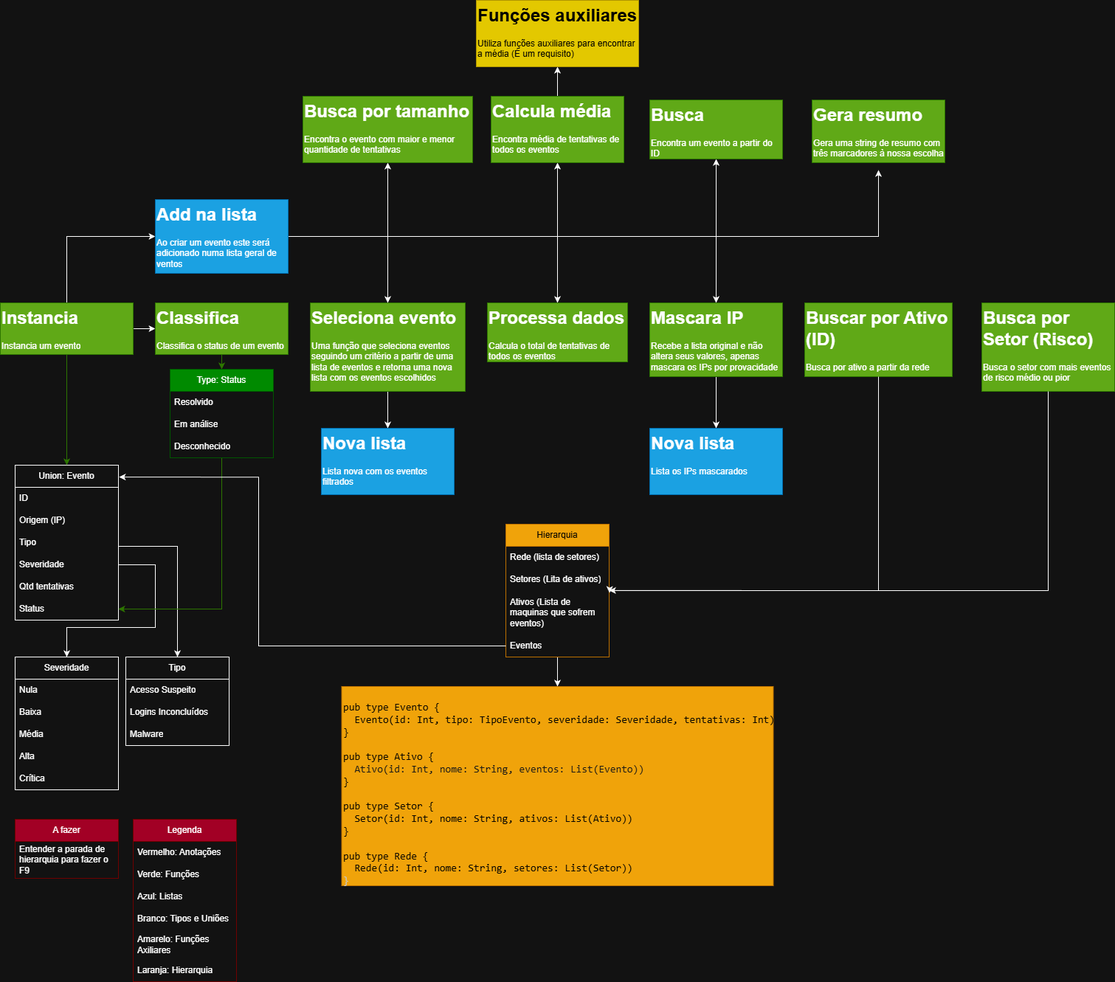
Above: diagrama_trab1.drawio.png in alazodmisk/trab_PF_1 (draw.io), before the change. Source tidied: cells renumbered, new cells last; positions are measured from the earlier drawing's top-left corner, leaving out a move shared by most shapes.
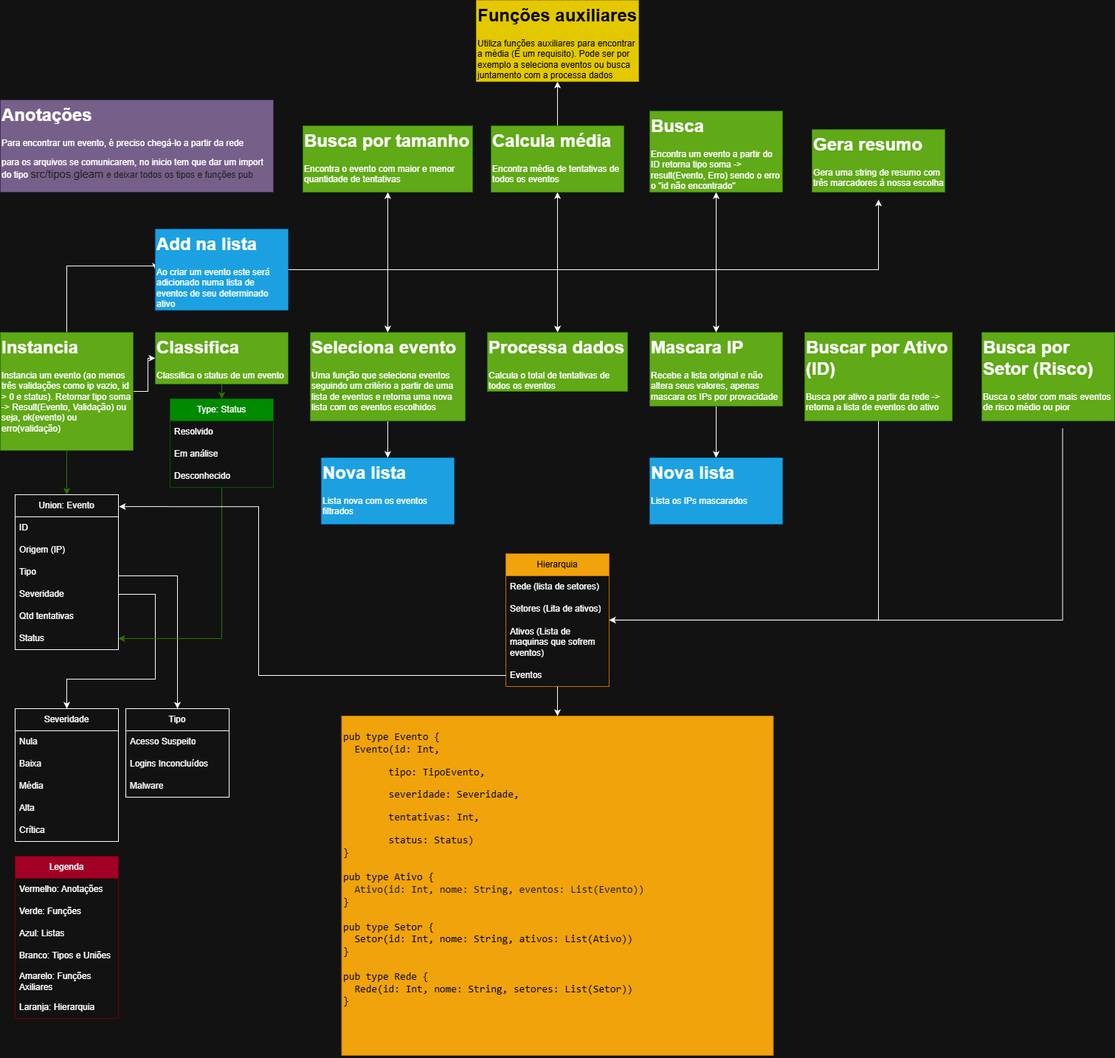
After the change.

Change to the diagram source:
```diff
@@ -24,7 +24,7 @@
       <mxGeometry y="180" width="140" height="30" as="geometry" />
     </mxCell>
     <mxCell id="9" value="Tipo" style="swimlane;fontStyle=0;horizontal=1;startSize=30;whiteSpace=wrap;html=1;" parent="1" vertex="1">
-      <mxGeometry x="170" y="890" width="140" height="120" as="geometry" />
+      <mxGeometry x="170" y="920" width="140" height="120" as="geometry" />
     </mxCell>
     <mxCell id="10" value="Acesso Suspeito" style="text;strokeColor=none;fillColor=none;align=left;verticalAlign=middle;spacingLeft=4;spacingRight=4;overflow=hidden;whiteSpace=wrap;html=1;" parent="9" vertex="1">
       <mxGeometry y="30" width="140" height="30" as="geometry" />
@@ -43,7 +43,7 @@
       </mxGeometry>
     </mxCell>
     <mxCell id="14" value="Severidade" style="swimlane;fontStyle=0;horizontal=1;startSize=30;whiteSpace=wrap;html=1;" parent="1" vertex="1">
-      <mxGeometry x="20" y="890" width="140" height="180" as="geometry" />
+      <mxGeometry x="20" y="920" width="140" height="180" as="geometry" />
     </mxCell>
     <mxCell id="15" value="Nula" style="text;strokeColor=none;fillColor=none;align=left;verticalAlign=middle;spacingLeft=4;spacingRight=4;overflow=hidden;whiteSpace=wrap;html=1;" parent="14" vertex="1">
       <mxGeometry y="30" width="140" height="30" as="geometry" />
@@ -64,8 +64,8 @@
       <mxGeometry relative="1" as="geometry">
         <Array as="points">
           <mxPoint x="210" y="765" />
-          <mxPoint x="210" y="850" />
-          <mxPoint x="90" y="850" />
+          <mxPoint x="210" y="880" />
+          <mxPoint x="90" y="880" />
         </Array>
       </mxGeometry>
     </mxCell>
@@ -82,8 +82,8 @@
     <mxCell id="23" style="edgeStyle=orthogonalEdgeStyle;rounded=0;jettySize=auto;html=1;entryX=0;entryY=0.5;entryDx=0;entryDy=0;" parent="1" edge="1" source="24" target="26">
       <mxGeometry relative="1" as="geometry" />
     </mxCell>
-    <mxCell id="24" value="&lt;h1 style=&quot;margin-top: 0px;&quot;&gt;Instancia&lt;/h1&gt;&lt;p&gt;Instancia um evento&lt;/p&gt;" style="text;html=1;whiteSpace=wrap;overflow=hidden;rounded=0;fillColor=#60a917;fontColor=#ffffff;strokeColor=#2D7600;" parent="1" vertex="1">
-      <mxGeometry y="410" width="180" height="70" as="geometry" />
+    <mxCell id="24" value="&lt;h1 style=&quot;margin-top: 0px;&quot;&gt;Instancia&lt;/h1&gt;&lt;p&gt;Instancia um evento (ao menos três validações como ip vazio, id &amp;gt; 0 e status). Retornar tipo soma -&amp;gt; Result(Evento, Validação) ou seja, ok(evento) ou erro(validação)&lt;/p&gt;" style="text;html=1;whiteSpace=wrap;overflow=hidden;rounded=0;fillColor=#60a917;fontColor=#ffffff;strokeColor=#2D7600;" parent="1" vertex="1">
+      <mxGeometry y="410" width="180" height="160" as="geometry" />
     </mxCell>
     <mxCell id="25" style="edgeStyle=orthogonalEdgeStyle;rounded=0;jettySize=auto;html=1;exitX=0.5;exitY=1;exitDx=0;exitDy=0;entryX=0.5;entryY=0;entryDx=0;entryDy=0;fillColor=#60a917;strokeColor=#2D7600;" parent="1" edge="1" source="26" target="28">
       <mxGeometry relative="1" as="geometry" />
@@ -106,12 +106,6 @@
     <mxCell id="31" value="Desconhecido" style="text;strokeColor=none;fillColor=none;align=left;verticalAlign=middle;spacingLeft=4;spacingRight=4;overflow=hidden;whiteSpace=wrap;html=1;" parent="28" vertex="1">
       <mxGeometry y="90" width="140" height="30" as="geometry" />
     </mxCell>
-    <mxCell id="32" value="A fazer" style="swimlane;fontStyle=0;horizontal=1;startSize=30;whiteSpace=wrap;html=1;fillColor=#a20025;fontColor=#ffffff;strokeColor=#6F0000;" parent="1" vertex="1">
-      <mxGeometry x="20" y="1110" width="140" height="80" as="geometry" />
-    </mxCell>
-    <mxCell id="33" value="Entender a parada de hierarquia para fazer o F9" style="text;strokeColor=none;fillColor=none;align=left;verticalAlign=middle;spacingLeft=4;spacingRight=4;overflow=hidden;whiteSpace=wrap;html=1;" parent="32" vertex="1">
-      <mxGeometry y="30" width="140" height="50" as="geometry" />
-    </mxCell>
     <mxCell id="34" style="edgeStyle=orthogonalEdgeStyle;rounded=0;jettySize=auto;html=1;entryX=0.5;entryY=0;entryDx=0;entryDy=0;" parent="1" edge="1" source="35" target="44">
       <mxGeometry relative="1" as="geometry" />
     </mxCell>
@@ -141,14 +135,14 @@
         <mxPoint x="1190" y="230" as="targetPoint" />
       </mxGeometry>
     </mxCell>
-    <mxCell id="43" value="&lt;h1 style=&quot;margin-top: 0px;&quot;&gt;Add na lista&lt;/h1&gt;&lt;p&gt;Ao criar um evento este será adicionado numa lista geral de ventos&lt;/p&gt;" style="text;html=1;whiteSpace=wrap;overflow=hidden;rounded=0;fillColor=#1ba1e2;fontColor=#ffffff;strokeColor=#006EAF;" parent="1" vertex="1">
-      <mxGeometry x="210" y="270" width="180" height="100" as="geometry" />
+    <mxCell id="43" value="&lt;h1 style=&quot;margin-top: 0px;&quot;&gt;Add na lista&lt;/h1&gt;&lt;p&gt;Ao criar um evento este será adicionado numa lista de eventos de seu determinado ativo&lt;/p&gt;" style="text;html=1;whiteSpace=wrap;overflow=hidden;rounded=0;fillColor=#1ba1e2;fontColor=#ffffff;strokeColor=#006EAF;" parent="1" vertex="1">
+      <mxGeometry x="210" y="270" width="180" height="110" as="geometry" />
     </mxCell>
     <mxCell id="44" value="&lt;h1 style=&quot;margin-top: 0px;&quot;&gt;Nova lista&lt;/h1&gt;&lt;p&gt;Lista nova com os eventos filtrados&lt;/p&gt;" style="text;html=1;whiteSpace=wrap;overflow=hidden;rounded=0;fillColor=#1ba1e2;fontColor=#ffffff;strokeColor=#006EAF;" parent="1" vertex="1">
       <mxGeometry x="435" y="580" width="180" height="90" as="geometry" />
     </mxCell>
     <mxCell id="45" value="Legenda" style="swimlane;fontStyle=0;horizontal=1;startSize=30;whiteSpace=wrap;html=1;fillColor=#a20025;fontColor=#ffffff;strokeColor=#6F0000;" parent="1" vertex="1">
-      <mxGeometry x="180" y="1110" width="140" height="220" as="geometry" />
+      <mxGeometry x="20" y="1120" width="140" height="220" as="geometry" />
     </mxCell>
     <mxCell id="46" value="Vermelho: Anotações" style="text;strokeColor=none;fillColor=none;align=left;verticalAlign=middle;spacingLeft=4;spacingRight=4;overflow=hidden;whiteSpace=wrap;html=1;" parent="45" vertex="1">
       <mxGeometry y="30" width="140" height="30" as="geometry" />
@@ -180,8 +174,8 @@
     <mxCell id="55" value="&lt;h1 style=&quot;margin-top: 0px;&quot;&gt;Nova lista&lt;/h1&gt;&lt;p&gt;Lista os IPs mascarados&lt;/p&gt;" style="text;html=1;whiteSpace=wrap;overflow=hidden;rounded=0;fillColor=#1ba1e2;fontColor=#ffffff;strokeColor=#006EAF;" parent="1" vertex="1">
       <mxGeometry x="880" y="580" width="180" height="90" as="geometry" />
     </mxCell>
-    <mxCell id="56" value="&lt;h1 style=&quot;margin-top: 0px;&quot;&gt;Busca&lt;/h1&gt;&lt;p&gt;Encontra um evento a partir do ID&lt;/p&gt;" style="text;html=1;whiteSpace=wrap;overflow=hidden;rounded=0;fillColor=#60a917;fontColor=#ffffff;strokeColor=#2D7600;" parent="1" vertex="1">
-      <mxGeometry x="880" y="135" width="180" height="80" as="geometry" />
+    <mxCell id="56" value="&lt;h1 style=&quot;margin-top: 0px;&quot;&gt;Busca&lt;/h1&gt;&lt;p&gt;Encontra um evento a partir do ID retorna tipo soma -&amp;gt; result(Evento, Erro) sendo o erro o &quot;id não encontrado&quot;&lt;/p&gt;" style="text;html=1;whiteSpace=wrap;overflow=hidden;rounded=0;fillColor=#60a917;fontColor=#ffffff;strokeColor=#2D7600;" parent="1" vertex="1">
+      <mxGeometry x="880" y="110" width="180" height="110" as="geometry" />
     </mxCell>
     <mxCell id="57" value="&lt;h1 style=&quot;margin-top: 0px;&quot;&gt;Busca por tamanho&lt;/h1&gt;&lt;p&gt;Encontra o evento com maior e menor quantidade de tentativas&lt;/p&gt;" style="text;html=1;whiteSpace=wrap;overflow=hidden;rounded=0;fillColor=#60a917;fontColor=#ffffff;strokeColor=#2D7600;" parent="1" vertex="1">
       <mxGeometry x="410" y="130" width="230" height="90" as="geometry" />
@@ -192,8 +186,8 @@
     <mxCell id="59" value="&lt;h1 style=&quot;margin-top: 0px;&quot;&gt;Calcula média&lt;/h1&gt;&lt;p&gt;Encontra média de tentativas de todos os eventos&lt;/p&gt;" style="text;html=1;whiteSpace=wrap;overflow=hidden;rounded=0;fillColor=#60a917;fontColor=#ffffff;strokeColor=#2D7600;" parent="1" vertex="1">
       <mxGeometry x="665" y="130" width="180" height="90" as="geometry" />
     </mxCell>
-    <mxCell id="60" value="&lt;h1 style=&quot;margin-top: 0px;&quot;&gt;Funções auxiliares&lt;/h1&gt;&lt;p&gt;Utiliza funções auxiliares para encontrar a média (É um requisito)&lt;/p&gt;" style="text;html=1;whiteSpace=wrap;overflow=hidden;rounded=0;fillColor=#e3c800;fontColor=#000000;strokeColor=#B09500;" parent="1" vertex="1">
-      <mxGeometry x="645" width="220" height="90" as="geometry" />
+    <mxCell id="60" value="&lt;h1 style=&quot;margin-top: 0px;&quot;&gt;Funções auxiliares&lt;/h1&gt;&lt;p&gt;Utiliza funções auxiliares para encontrar a média (É um requisito). Pode ser por exemplo a seleciona eventos ou busca juntamento com a processa dados&lt;/p&gt;" style="text;html=1;whiteSpace=wrap;overflow=hidden;rounded=0;fillColor=#e3c800;fontColor=#000000;strokeColor=#B09500;" parent="1" vertex="1">
+      <mxGeometry x="645" y="-40" width="220" height="110" as="geometry" />
     </mxCell>
     <mxCell id="61" style="edgeStyle=orthogonalEdgeStyle;rounded=0;jettySize=auto;html=1;" parent="1" edge="1" source="62" target="68">
       <mxGeometry relative="1" as="geometry" />
@@ -221,11 +215,11 @@
         </Array>
       </mxGeometry>
     </mxCell>
-    <mxCell id="68" value="&lt;h1 style=&quot;margin-top: 0px;&quot;&gt;&lt;pre dir=&quot;ltr&quot; style=&quot;font-size: 14px; font-weight: 400;&quot;&gt;&lt;code style=&quot;&quot;&gt;&lt;font style=&quot;color: rgb(0, 0, 0);&quot;&gt;&lt;font&gt;pub type Evento {&lt;br&gt;  Evento(id: Int, tipo: TipoEvento, severidade: Severidade, tentativas: Int)&lt;br&gt;}&lt;br&gt;&lt;br&gt;pub type Ativo {&lt;br&gt;&lt;/font&gt;&lt;font style=&quot;color: rgb(23, 23, 23);&quot;&gt;  Ativo(id: Int, nome: String, eventos: List(Evento))&lt;br&gt;&lt;/font&gt;&lt;/font&gt;&lt;font&gt;&lt;font style=&quot;color: rgb(0, 0, 0);&quot;&gt;}&lt;br&gt;&lt;br&gt;pub type Setor {&lt;br&gt;  Setor(id: Int, nome: String, ativos: List(Ativo))&lt;br&gt;}&lt;br&gt;&lt;br&gt;pub type Rede {&lt;br&gt;  Rede(id: Int, nome: String, setores: List(Setor))&lt;/font&gt;&lt;font color=&quot;#c7c7c7&quot;&gt;&lt;br&gt;}&lt;/font&gt;&lt;/font&gt;&lt;/code&gt;&lt;/pre&gt;&lt;/h1&gt;" style="text;html=1;whiteSpace=wrap;overflow=hidden;rounded=0;fillColor=#f0a30a;fontColor=#000000;strokeColor=#BD7000;" parent="1" vertex="1">
-      <mxGeometry x="462.5" y="930" width="585" height="270" as="geometry" />
+    <mxCell id="68" value="&lt;h1 style=&quot;margin-top: 0px;&quot;&gt;&lt;pre dir=&quot;ltr&quot; style=&quot;font-size: 14px; font-weight: 400;&quot;&gt;&lt;code style=&quot;&quot;&gt;&lt;font style=&quot;color: rgb(0, 0, 0);&quot;&gt;&lt;font&gt;pub type Evento {&lt;br&gt;  Evento(id: Int, &lt;/font&gt;&lt;/font&gt;&lt;/code&gt;&lt;/pre&gt;&lt;pre dir=&quot;ltr&quot; style=&quot;font-size: 14px; font-weight: 400;&quot;&gt;&lt;code style=&quot;&quot;&gt;&lt;font style=&quot;color: rgb(0, 0, 0);&quot;&gt;&lt;font&gt;&lt;span style=&quot;white-space: pre;&quot;&gt;&#9;&lt;/span&gt;tipo: TipoEvento, &lt;/font&gt;&lt;/font&gt;&lt;/code&gt;&lt;/pre&gt;&lt;pre dir=&quot;ltr&quot; style=&quot;font-size: 14px; font-weight: 400;&quot;&gt;&lt;code style=&quot;&quot;&gt;&lt;font style=&quot;color: rgb(0, 0, 0);&quot;&gt;&lt;font&gt;&lt;span style=&quot;white-space: pre;&quot;&gt;&#9;&lt;/span&gt;severidade: Severidade, &lt;/font&gt;&lt;/font&gt;&lt;/code&gt;&lt;/pre&gt;&lt;pre dir=&quot;ltr&quot; style=&quot;font-size: 14px; font-weight: 400;&quot;&gt;&lt;code style=&quot;&quot;&gt;&lt;font style=&quot;color: rgb(0, 0, 0);&quot;&gt;&lt;font&gt;&lt;span style=&quot;white-space: pre;&quot;&gt;&#9;&lt;/span&gt;tentativas: Int,&lt;/font&gt;&lt;/font&gt;&lt;/code&gt;&lt;/pre&gt;&lt;pre dir=&quot;ltr&quot; style=&quot;font-size: 14px; font-weight: 400;&quot;&gt;&lt;code style=&quot;&quot;&gt;&lt;font style=&quot;color: rgb(0, 0, 0);&quot;&gt;&lt;font&gt;&lt;span style=&quot;white-space: pre;&quot;&gt;&#9;&lt;/span&gt;status: Status)&lt;br&gt;}&lt;br&gt;&lt;br&gt;pub type Ativo {&lt;br&gt;&lt;/font&gt;&lt;font style=&quot;color: rgb(23, 23, 23);&quot;&gt;  Ativo(id: Int, nome: String, eventos: List(Evento))&lt;br&gt;&lt;/font&gt;&lt;/font&gt;&lt;font&gt;&lt;font style=&quot;color: rgb(0, 0, 0);&quot;&gt;}&lt;br&gt;&lt;br&gt;pub type Setor {&lt;br&gt;  Setor(id: Int, nome: String, ativos: List(Ativo))&lt;br&gt;}&lt;br&gt;&lt;br&gt;pub type Rede {&lt;br&gt;  Rede(id: Int, nome: String, setores: List(Setor))&lt;/font&gt;&lt;font&gt;&lt;font color=&quot;#c7c7c7&quot;&gt;&lt;br&gt;&lt;/font&gt;&lt;font style=&quot;color: rgb(0, 0, 0);&quot;&gt;}&lt;/font&gt;&lt;/font&gt;&lt;/font&gt;&lt;/code&gt;&lt;/pre&gt;&lt;/h1&gt;" style="text;html=1;whiteSpace=wrap;overflow=hidden;rounded=0;fillColor=#f0a30a;fontColor=#000000;strokeColor=#BD7000;" parent="1" vertex="1">
+      <mxGeometry x="462.5" y="930" width="585" height="460" as="geometry" />
     </mxCell>
-    <mxCell id="69" value="&lt;h1 style=&quot;margin-top: 0px;&quot;&gt;Buscar por Ativo (ID)&lt;/h1&gt;&lt;p&gt;Busca por ativo a partir da rede&lt;/p&gt;" style="text;html=1;whiteSpace=wrap;overflow=hidden;rounded=0;fillColor=#60a917;fontColor=#ffffff;strokeColor=#2D7600;" parent="1" vertex="1">
-      <mxGeometry x="1090" y="410" width="200" height="100" as="geometry" />
+    <mxCell id="69" value="&lt;h1 style=&quot;margin-top: 0px;&quot;&gt;Buscar por Ativo (ID)&lt;/h1&gt;&lt;p&gt;Busca por ativo a partir da rede -&amp;gt; retorna a lista de eventos do ativo&lt;/p&gt;" style="text;html=1;whiteSpace=wrap;overflow=hidden;rounded=0;fillColor=#60a917;fontColor=#ffffff;strokeColor=#2D7600;" parent="1" vertex="1">
+      <mxGeometry x="1090" y="410" width="200" height="120" as="geometry" />
     </mxCell>
     <mxCell id="70" style="edgeStyle=orthogonalEdgeStyle;rounded=0;jettySize=auto;html=1;entryX=1.001;entryY=-0.002;entryDx=0;entryDy=0;entryPerimeter=0;" parent="1" edge="1" source="69" target="65">
       <mxGeometry relative="1" as="geometry">
@@ -237,16 +231,20 @@
     <mxCell id="71" value="&lt;h1 style=&quot;margin-top: 0px;&quot;&gt;Busca por Setor (Risco)&lt;/h1&gt;&lt;p&gt;Busca o setor com mais eventos de risco médio ou pior&lt;/p&gt;" style="text;html=1;whiteSpace=wrap;overflow=hidden;rounded=0;fillColor=#60a917;fontColor=#ffffff;strokeColor=#2D7600;" parent="1" vertex="1">
       <mxGeometry x="1330" y="410" width="180" height="120" as="geometry" />
     </mxCell>
-    <mxCell id="72" style="edgeStyle=orthogonalEdgeStyle;rounded=0;jettySize=auto;html=1;entryX=1.004;entryY=0.05;entryDx=0;entryDy=0;entryPerimeter=0;" parent="1" edge="1" source="71" target="65">
+    <mxCell id="72" style="edgeStyle=orthogonalEdgeStyle;rounded=0;orthogonalLoop=1;jettySize=auto;html=1;entryX=1;entryY=0.5;entryDx=0;entryDy=0;" parent="1" edge="1">
       <mxGeometry relative="1" as="geometry">
+        <mxPoint x="1439.5" y="540" as="sourcePoint" />
+        <mxPoint x="825" y="800" as="targetPoint" />
         <Array as="points">
-          <mxPoint x="1420" y="800" />
-          <mxPoint x="826" y="800" />
+          <mxPoint x="1440" y="800" />
         </Array>
       </mxGeometry>
     </mxCell>
     <mxCell id="73" value="&lt;h1 style=&quot;margin-top: 0px;&quot;&gt;Gera resumo&lt;/h1&gt;&lt;p&gt;Gera uma string de resumo com três marcadores à nossa escolha&lt;/p&gt;" style="text;html=1;whiteSpace=wrap;overflow=hidden;rounded=0;fillColor=#60a917;fontColor=#ffffff;strokeColor=#2D7600;" parent="1" vertex="1">
       <mxGeometry x="1100" y="135" width="180" height="85" as="geometry" />
     </mxCell>
+    <mxCell id="74" value="&lt;h1 style=&quot;margin-top: 0px;&quot;&gt;Anotações&lt;/h1&gt;&lt;p&gt;Para encontrar um evento, é preciso chegá-lo a partir da rede&lt;/p&gt;&lt;p&gt;para os arquivos se comunicarem, no inicio tem que dar um import do tipo&amp;nbsp;&lt;span style=&quot;color: rgb(31, 31, 31); font-family: &amp;quot;Google Sans&amp;quot;, -apple-system, BlinkMacSystemFont, Roboto, sans-serif; font-size: 11pt; background-color: transparent;&quot;&gt;src/tipos.gleam &lt;/span&gt;&lt;span style=&quot;color: rgb(31, 31, 31); font-family: &amp;quot;Google Sans&amp;quot;, -apple-system, BlinkMacSystemFont, Roboto, sans-serif; background-color: transparent;&quot;&gt;&lt;font&gt;e deixar todos os tipos e funções pub&lt;/font&gt;&lt;/span&gt;&lt;/p&gt;&lt;p&gt;&lt;br&gt;&lt;/p&gt;" style="text;html=1;whiteSpace=wrap;overflow=hidden;rounded=0;fillColor=#76608a;fontColor=#ffffff;strokeColor=#432D57;" parent="1" vertex="1">
+      <mxGeometry y="95" width="370" height="125" as="geometry" />
+    </mxCell>
   </root>
 </mxGraphModel>
```
